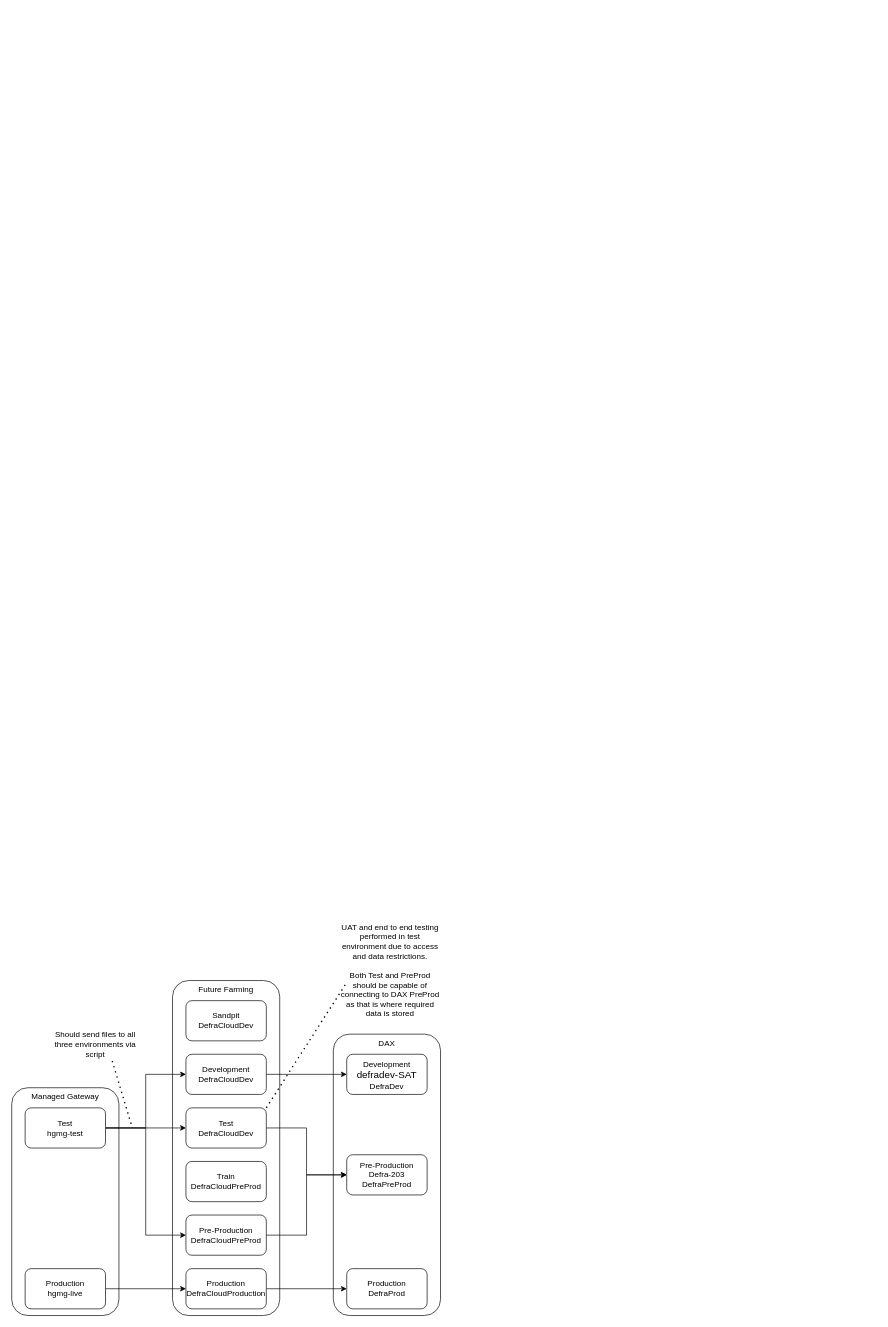
This is dax-integration.drawio from johnwatson484/diagrams, a draw.io file, before an edit. Source tidied: cells renumbered, new cells numbered last; positions are measured from the earlier drawing's top-left corner, leaving out a move shared by most shapes. Both pictures are drawn from the tidied source at 67%, with x=0, y=0 at pixel (11, 960). Pictures stored in the file or linked from it are replaced by grey dashed boxes.
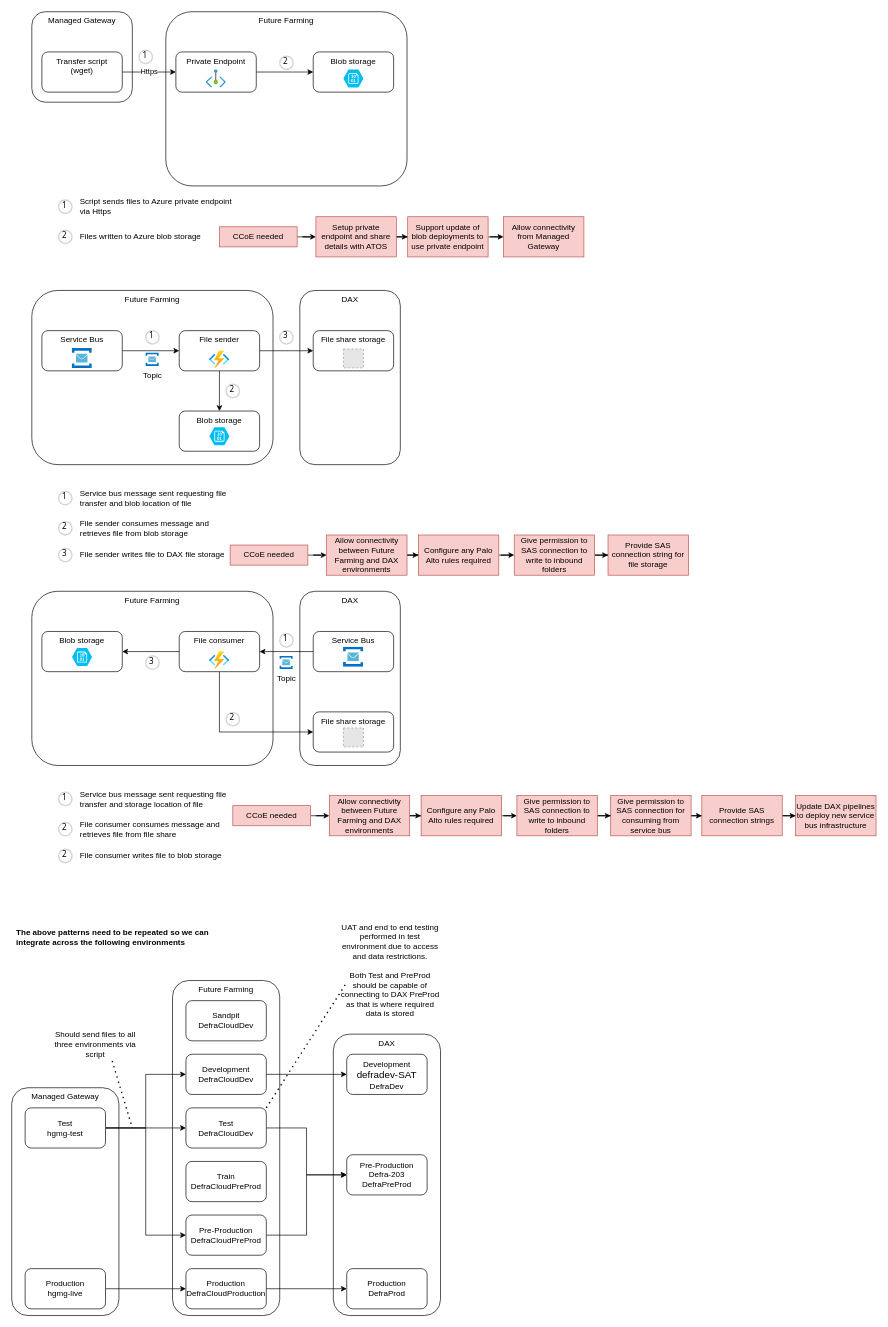
The same page after the edit.

The edit, as a diff of the source:
```diff
@@
+    <mxCell id="28" value="DAX" style="rounded=1;whiteSpace=wrap;html=1;verticalAlign=top;" parent="1" vertex="1">
+      <mxGeometry x="430" y="-1000" width="150" height="260" as="geometry" />
+    </mxCell>
+    <mxCell id="29" value="Future Farming" style="rounded=1;whiteSpace=wrap;html=1;verticalAlign=top;" parent="1" vertex="1">
+      <mxGeometry x="30" y="-1000" width="360" height="260" as="geometry" />
+    </mxCell>
@@
+    <mxCell id="30" style="edgeStyle=orthogonalEdgeStyle;rounded=0;jettySize=auto;html=1;entryX=0.5;entryY=0;entryDx=0;entryDy=0;" parent="1" edge="1" source="32" target="35">
+      <mxGeometry relative="1" as="geometry" />
+    </mxCell>
+    <mxCell id="31" style="edgeStyle=orthogonalEdgeStyle;rounded=0;jettySize=auto;html=1;" parent="1" edge="1" source="32" target="34">
+      <mxGeometry relative="1" as="geometry" />
+    </mxCell>
+    <mxCell id="32" value="File sender" style="rounded=1;whiteSpace=wrap;html=1;verticalAlign=top;" parent="1" vertex="1">
+      <mxGeometry x="250" y="-940" width="120" height="60" as="geometry" />
+    </mxCell>
+    <mxCell id="33" style="html=1;align=center;image;fontSize=12;image=img/lib/azure2/compute/Function_Apps.svg;" parent="1" vertex="1">
+      <mxGeometry x="295" y="-910" width="30" height="26.5" as="geometry" />
+    </mxCell>
+    <mxCell id="34" value="File share storage" style="rounded=1;whiteSpace=wrap;html=1;verticalAlign=top;" parent="1" vertex="1">
+      <mxGeometry x="450" y="-940" width="120" height="60" as="geometry" />
+    </mxCell>
+    <mxCell id="35" value="Blob storage" style="rounded=1;whiteSpace=wrap;html=1;verticalAlign=top;" parent="1" vertex="1">
+      <mxGeometry x="250" y="-820" width="120" height="60" as="geometry" />
+    </mxCell>
+    <mxCell id="36" style="verticalLabelPosition=bottom;html=1;verticalAlign=top;align=center;strokeColor=none;fillColor=#00BEF2;shape=mxgraph.azure.storage_blob;" parent="1" vertex="1">
+      <mxGeometry x="295" y="-796" width="30" height="27" as="geometry" />
+    </mxCell>
+    <mxCell id="37" style="edgeStyle=orthogonalEdgeStyle;rounded=0;jettySize=auto;html=1;entryX=0;entryY=0.5;entryDx=0;entryDy=0;" parent="1" edge="1" source="38" target="32">
+      <mxGeometry relative="1" as="geometry" />
+    </mxCell>
+    <mxCell id="38" value="Service Bus" style="rounded=1;whiteSpace=wrap;html=1;verticalAlign=top;" parent="1" vertex="1">
+      <mxGeometry x="45" y="-940" width="120" height="60" as="geometry" />
+    </mxCell>
+    <mxCell id="39" style="sketch=0;html=1;align=center;image;fontSize=12;image=img/lib/mscae/Service_Bus.svg;" parent="1" vertex="1">
+      <mxGeometry x="90" y="-913.5" width="30" height="30" as="geometry" />
+    </mxCell>
+    <mxCell id="40" value="Topic" style="sketch=0;html=1;align=center;image;fontSize=12;image=img/lib/mscae/Service_Bus.svg;" parent="1" vertex="1">
+      <mxGeometry x="200" y="-906.8" width="20" height="20" as="geometry" />
+    </mxCell>
+    <mxCell id="41" style="fillColor=#E6E6E6;strokeColor=#999999;dashed=1;verticalLabelPosition=bottom;labelBackgroundColor=default;verticalAlign=top;" parent="1" vertex="1">
+      <mxGeometry x="495" y="-912.7" width="30" height="28.3" as="geometry" />
+    </mxCell>
+    <mxCell id="42" value="1" style="ellipse;whiteSpace=wrap;html=1;strokeWidth=2;fontFamily=Tahoma;spacingBottom=4;spacingRight=2;strokeColor=#d3d3d3;align=center;" parent="1" vertex="1">
+      <mxGeometry x="200" y="-940" width="20" height="20" as="geometry" />
+    </mxCell>
+    <mxCell id="43" value="2" style="ellipse;whiteSpace=wrap;html=1;strokeWidth=2;fontFamily=Tahoma;spacingBottom=4;spacingRight=2;strokeColor=#d3d3d3;" parent="1" vertex="1">
+      <mxGeometry x="320" y="-860" width="20" height="20" as="geometry" />
+    </mxCell>
+    <mxCell id="44" value="3" style="ellipse;whiteSpace=wrap;html=1;strokeWidth=2;fontFamily=Tahoma;spacingBottom=4;spacingRight=2;strokeColor=#d3d3d3;" parent="1" vertex="1">
+      <mxGeometry x="400" y="-940" width="20" height="20" as="geometry" />
+    </mxCell>
+    <mxCell id="45" value="1" style="ellipse;whiteSpace=wrap;html=1;strokeWidth=2;fontFamily=Tahoma;spacingBottom=4;spacingRight=2;strokeColor=#d3d3d3;align=center;" parent="1" vertex="1">
+      <mxGeometry x="70" y="-700" width="20" height="20" as="geometry" />
+    </mxCell>
+    <mxCell id="46" value="Service bus message sent requesting file transfer and blob location of file" style="text;html=1;strokeColor=none;fillColor=none;align=left;verticalAlign=middle;whiteSpace=wrap;rounded=0;" parent="1" vertex="1">
+      <mxGeometry x="100" y="-705" width="240" height="30" as="geometry" />
+    </mxCell>
+    <mxCell id="47" value="2" style="ellipse;whiteSpace=wrap;html=1;strokeWidth=2;fontFamily=Tahoma;spacingBottom=4;spacingRight=2;strokeColor=#d3d3d3;align=center;" parent="1" vertex="1">
+      <mxGeometry x="70" y="-655" width="20" height="20" as="geometry" />
+    </mxCell>
+    <mxCell id="48" value="File sender consumes message and retrieves file from blob storage" style="text;html=1;strokeColor=none;fillColor=none;align=left;verticalAlign=middle;whiteSpace=wrap;rounded=0;" parent="1" vertex="1">
+      <mxGeometry x="100" y="-660" width="240" height="30" as="geometry" />
+    </mxCell>
+    <mxCell id="49" value="3" style="ellipse;whiteSpace=wrap;html=1;strokeWidth=2;fontFamily=Tahoma;spacingBottom=4;spacingRight=2;strokeColor=#d3d3d3;align=center;" parent="1" vertex="1">
+      <mxGeometry x="70" y="-615" width="20" height="20" as="geometry" />
+    </mxCell>
+    <mxCell id="50" value="File sender writes file to DAX file storage" style="text;html=1;strokeColor=none;fillColor=none;align=left;verticalAlign=middle;whiteSpace=wrap;rounded=0;" parent="1" vertex="1">
+      <mxGeometry x="100" y="-620" width="240" height="30" as="geometry" />
+    </mxCell>
+    <mxCell id="51" style="edgeStyle=orthogonalEdgeStyle;rounded=0;jettySize=auto;html=1;" parent="1" edge="1" source="52" target="55">
+      <mxGeometry relative="1" as="geometry" />
+    </mxCell>
+    <mxCell id="52" value="CCoE needed" style="text;html=1;strokeColor=#b85450;fillColor=#f8cecc;align=center;verticalAlign=middle;whiteSpace=wrap;rounded=0;" parent="1" vertex="1">
+      <mxGeometry x="326" y="-620" width="116" height="30" as="geometry" />
+    </mxCell>
+    <mxCell id="53" value="Provide SAS connection string for file storage" style="whiteSpace=wrap;html=1;fillColor=#f8cecc;strokeColor=#b85450;gradientColor=none;rounded=0;" parent="1" vertex="1">
+      <mxGeometry x="890" y="-635" width="120" height="60" as="geometry" />
+    </mxCell>
+    <mxCell id="54" style="edgeStyle=orthogonalEdgeStyle;rounded=0;jettySize=auto;html=1;" parent="1" edge="1" source="55" target="57">
+      <mxGeometry relative="1" as="geometry" />
+    </mxCell>
+    <mxCell id="55" value="Allow connectivity between Future Farming and DAX environments" style="whiteSpace=wrap;html=1;fillColor=#f8cecc;strokeColor=#b85450;gradientColor=none;rounded=0;" parent="1" vertex="1">
+      <mxGeometry x="470" y="-635" width="120" height="60" as="geometry" />
+    </mxCell>
+    <mxCell id="56" style="edgeStyle=orthogonalEdgeStyle;rounded=0;jettySize=auto;html=1;" parent="1" edge="1" source="57" target="59">
+      <mxGeometry relative="1" as="geometry" />
+    </mxCell>
+    <mxCell id="57" value="Configure any Palo Alto rules required" style="whiteSpace=wrap;html=1;fillColor=#f8cecc;strokeColor=#b85450;gradientColor=none;rounded=0;" parent="1" vertex="1">
+      <mxGeometry x="607" y="-635" width="120" height="60" as="geometry" />
+    </mxCell>
+    <mxCell id="58" style="edgeStyle=orthogonalEdgeStyle;rounded=0;jettySize=auto;html=1;" parent="1" edge="1" source="59" target="53">
+      <mxGeometry relative="1" as="geometry" />
+    </mxCell>
+    <mxCell id="59" value="Give permission to SAS connection to write to inbound folders" style="whiteSpace=wrap;html=1;fillColor=#f8cecc;strokeColor=#b85450;gradientColor=none;rounded=0;" parent="1" vertex="1">
+      <mxGeometry x="750" y="-635" width="120" height="60" as="geometry" />
+    </mxCell>
+    <mxCell id="60" value="DAX" style="rounded=1;whiteSpace=wrap;html=1;verticalAlign=top;" parent="1" vertex="1">
+      <mxGeometry x="430" y="-551" width="150" height="260" as="geometry" />
+    </mxCell>
+    <mxCell id="61" value="Future Farming" style="rounded=1;whiteSpace=wrap;html=1;verticalAlign=top;" parent="1" vertex="1">
+      <mxGeometry x="30" y="-551" width="360" height="260" as="geometry" />
+    </mxCell>
+    <mxCell id="62" style="edgeStyle=orthogonalEdgeStyle;rounded=0;jettySize=auto;html=1;entryX=0;entryY=0.5;entryDx=0;entryDy=0;exitX=0.5;exitY=1;exitDx=0;exitDy=0;" parent="1" edge="1" source="64" target="85">
+      <mxGeometry relative="1" as="geometry" />
+    </mxCell>
+    <mxCell id="63" style="edgeStyle=orthogonalEdgeStyle;rounded=0;jettySize=auto;html=1;" parent="1" edge="1" source="66" target="64">
+      <mxGeometry relative="1" as="geometry" />
+    </mxCell>
+    <mxCell id="64" value="File consumer" style="rounded=1;whiteSpace=wrap;html=1;verticalAlign=top;" parent="1" vertex="1">
+      <mxGeometry x="250" y="-491" width="120" height="60" as="geometry" />
+    </mxCell>
+    <mxCell id="65" style="html=1;align=center;image;fontSize=12;image=img/lib/azure2/compute/Function_Apps.svg;" parent="1" vertex="1">
+      <mxGeometry x="295" y="-461" width="30" height="26.5" as="geometry" />
+    </mxCell>
+    <mxCell id="66" value="Service Bus" style="rounded=1;whiteSpace=wrap;html=1;verticalAlign=top;" parent="1" vertex="1">
+      <mxGeometry x="450" y="-491" width="120" height="60" as="geometry" />
+    </mxCell>
+    <mxCell id="67" style="edgeStyle=orthogonalEdgeStyle;rounded=0;jettySize=auto;html=1;exitX=0;exitY=0.5;exitDx=0;exitDy=0;" parent="1" edge="1" source="64" target="68">
+      <mxGeometry relative="1" as="geometry" />
+    </mxCell>
+    <mxCell id="68" value="Blob storage" style="rounded=1;whiteSpace=wrap;html=1;verticalAlign=top;" parent="1" vertex="1">
+      <mxGeometry x="45" y="-491" width="120" height="60" as="geometry" />
+    </mxCell>
+    <mxCell id="69" value="1" style="ellipse;whiteSpace=wrap;html=1;strokeWidth=2;fontFamily=Tahoma;spacingBottom=4;spacingRight=2;strokeColor=#d3d3d3;align=center;" parent="1" vertex="1">
+      <mxGeometry x="70" y="-251" width="20" height="20" as="geometry" />
+    </mxCell>
+    <mxCell id="70" value="Service bus message sent requesting file transfer and storage location of file" style="text;html=1;strokeColor=none;fillColor=none;align=left;verticalAlign=middle;whiteSpace=wrap;rounded=0;" parent="1" vertex="1">
+      <mxGeometry x="100" y="-256" width="240" height="30" as="geometry" />
+    </mxCell>
+    <mxCell id="71" value="2" style="ellipse;whiteSpace=wrap;html=1;strokeWidth=2;fontFamily=Tahoma;spacingBottom=4;spacingRight=2;strokeColor=#d3d3d3;align=center;" parent="1" vertex="1">
+      <mxGeometry x="70" y="-206" width="20" height="20" as="geometry" />
+    </mxCell>
+    <mxCell id="72" value="File consumer consumes message and retrieves file from file share" style="text;html=1;strokeColor=none;fillColor=none;align=left;verticalAlign=middle;whiteSpace=wrap;rounded=0;" parent="1" vertex="1">
+      <mxGeometry x="100" y="-211" width="240" height="30" as="geometry" />
+    </mxCell>
+    <mxCell id="73" value="2" style="ellipse;whiteSpace=wrap;html=1;strokeWidth=2;fontFamily=Tahoma;spacingBottom=4;spacingRight=2;strokeColor=#d3d3d3;align=center;" parent="1" vertex="1">
+      <mxGeometry x="70" y="-166" width="20" height="20" as="geometry" />
+    </mxCell>
+    <mxCell id="74" value="File consumer writes file to blob storage" style="text;html=1;strokeColor=none;fillColor=none;align=left;verticalAlign=middle;whiteSpace=wrap;rounded=0;" parent="1" vertex="1">
+      <mxGeometry x="100" y="-171" width="240" height="30" as="geometry" />
+    </mxCell>
+    <mxCell id="75" style="edgeStyle=orthogonalEdgeStyle;rounded=0;jettySize=auto;html=1;" parent="1" edge="1" source="76" target="80">
+      <mxGeometry relative="1" as="geometry" />
+    </mxCell>
+    <mxCell id="76" value="CCoE needed" style="text;html=1;strokeColor=#b85450;fillColor=#f8cecc;align=center;verticalAlign=middle;whiteSpace=wrap;rounded=0;" parent="1" vertex="1">
+      <mxGeometry x="330" y="-231" width="116" height="30" as="geometry" />
+    </mxCell>
+    <mxCell id="77" style="edgeStyle=orthogonalEdgeStyle;rounded=0;jettySize=auto;html=1;" parent="1" edge="1" source="78" target="94">
+      <mxGeometry relative="1" as="geometry" />
+    </mxCell>
+    <mxCell id="78" value="Give permission to SAS connection for consuming from service bus" style="whiteSpace=wrap;html=1;fillColor=#f8cecc;strokeColor=#b85450;gradientColor=none;rounded=0;" parent="1" vertex="1">
+      <mxGeometry x="894" y="-246" width="120" height="60" as="geometry" />
+    </mxCell>
+    <mxCell id="79" style="edgeStyle=orthogonalEdgeStyle;rounded=0;jettySize=auto;html=1;" parent="1" edge="1" source="80" target="82">
+      <mxGeometry relative="1" as="geometry" />
+    </mxCell>
+    <mxCell id="80" value="Allow connectivity between Future Farming and DAX environments" style="whiteSpace=wrap;html=1;fillColor=#f8cecc;strokeColor=#b85450;gradientColor=none;rounded=0;" parent="1" vertex="1">
+      <mxGeometry x="474" y="-246" width="120" height="60" as="geometry" />
+    </mxCell>
+    <mxCell id="81" style="edgeStyle=orthogonalEdgeStyle;rounded=0;jettySize=auto;html=1;" parent="1" edge="1" source="82" target="84">
+      <mxGeometry relative="1" as="geometry" />
+    </mxCell>
+    <mxCell id="82" value="Configure any Palo Alto rules required" style="whiteSpace=wrap;html=1;fillColor=#f8cecc;strokeColor=#b85450;gradientColor=none;rounded=0;" parent="1" vertex="1">
+      <mxGeometry x="611" y="-246" width="120" height="60" as="geometry" />
+    </mxCell>
+    <mxCell id="83" style="edgeStyle=orthogonalEdgeStyle;rounded=0;jettySize=auto;html=1;" parent="1" edge="1" source="84" target="78">
+      <mxGeometry relative="1" as="geometry" />
+    </mxCell>
+    <mxCell id="84" value="Give permission to SAS connection to write to inbound folders" style="whiteSpace=wrap;html=1;fillColor=#f8cecc;strokeColor=#b85450;gradientColor=none;rounded=0;" parent="1" vertex="1">
+      <mxGeometry x="754" y="-246" width="120" height="60" as="geometry" />
+    </mxCell>
+    <mxCell id="85" value="File share storage" style="rounded=1;whiteSpace=wrap;html=1;verticalAlign=top;" parent="1" vertex="1">
+      <mxGeometry x="450" y="-371" width="120" height="60" as="geometry" />
+    </mxCell>
+    <mxCell id="86" style="sketch=0;html=1;align=center;image;fontSize=12;image=img/lib/mscae/Service_Bus.svg;" parent="1" vertex="1">
+      <mxGeometry x="495" y="-467.8" width="30" height="30" as="geometry" />
+    </mxCell>
+    <mxCell id="87" value="Topic" style="sketch=0;html=1;align=center;image;fontSize=12;image=img/lib/mscae/Service_Bus.svg;" parent="1" vertex="1">
+      <mxGeometry x="400" y="-454.5" width="20" height="20" as="geometry" />
+    </mxCell>
+    <mxCell id="88" style="fillColor=#E6E6E6;strokeColor=#999999;dashed=1;verticalLabelPosition=bottom;labelBackgroundColor=default;verticalAlign=top;" parent="1" vertex="1">
+      <mxGeometry x="495" y="-347" width="30" height="28.3" as="geometry" />
+    </mxCell>
+    <mxCell id="89" style="verticalLabelPosition=bottom;html=1;verticalAlign=top;align=center;strokeColor=none;fillColor=#00BEF2;shape=mxgraph.azure.storage_blob;" parent="1" vertex="1">
+      <mxGeometry x="90" y="-466.3" width="30" height="27" as="geometry" />
+    </mxCell>
+    <mxCell id="90" value="1" style="ellipse;whiteSpace=wrap;html=1;strokeWidth=2;fontFamily=Tahoma;spacingBottom=4;spacingRight=2;strokeColor=#d3d3d3;align=center;" parent="1" vertex="1">
+      <mxGeometry x="400" y="-487.8" width="20" height="20" as="geometry" />
+    </mxCell>
+    <mxCell id="91" value="2" style="ellipse;whiteSpace=wrap;html=1;strokeWidth=2;fontFamily=Tahoma;spacingBottom=4;spacingRight=2;strokeColor=#d3d3d3;align=center;" parent="1" vertex="1">
+      <mxGeometry x="320" y="-370" width="20" height="20" as="geometry" />
+    </mxCell>
+    <mxCell id="92" value="3" style="ellipse;whiteSpace=wrap;html=1;strokeWidth=2;fontFamily=Tahoma;spacingBottom=4;spacingRight=2;strokeColor=#d3d3d3;align=center;" parent="1" vertex="1">
+      <mxGeometry x="200" y="-454.5" width="20" height="20" as="geometry" />
+    </mxCell>
+    <mxCell id="93" style="edgeStyle=orthogonalEdgeStyle;rounded=0;jettySize=auto;html=1;" parent="1" edge="1" source="94" target="95">
+      <mxGeometry relative="1" as="geometry" />
+    </mxCell>
+    <mxCell id="94" value="Provide SAS connection strings" style="whiteSpace=wrap;html=1;fillColor=#f8cecc;strokeColor=#b85450;gradientColor=none;rounded=0;" parent="1" vertex="1">
+      <mxGeometry x="1030" y="-246" width="120" height="60" as="geometry" />
+    </mxCell>
+    <mxCell id="95" value="Update DAX pipelines to deploy new service bus infrastructure" style="whiteSpace=wrap;html=1;fillColor=#f8cecc;strokeColor=#b85450;gradientColor=none;rounded=0;" parent="1" vertex="1">
+      <mxGeometry x="1170" y="-246" width="120" height="60" as="geometry" />
+    </mxCell>
+    <mxCell id="96" value="Managed Gateway" style="rounded=1;whiteSpace=wrap;html=1;verticalAlign=top;" parent="1" vertex="1">
+      <mxGeometry x="30" y="-1416" width="150" height="135" as="geometry" />
+    </mxCell>
+    <mxCell id="97" value="Future Farming" style="rounded=1;whiteSpace=wrap;html=1;verticalAlign=top;" parent="1" vertex="1">
+      <mxGeometry x="230" y="-1416" width="360" height="260" as="geometry" />
+    </mxCell>
+    <mxCell id="98" value="Blob storage" style="rounded=1;whiteSpace=wrap;html=1;verticalAlign=top;" parent="1" vertex="1">
+      <mxGeometry x="450" y="-1356" width="120" height="60" as="geometry" />
+    </mxCell>
+    <mxCell id="99" value="Https" style="edgeStyle=orthogonalEdgeStyle;rounded=0;jettySize=auto;html=1;" parent="1" edge="1" source="100" target="102">
+      <mxGeometry relative="1" as="geometry" />
+    </mxCell>
+    <mxCell id="100" value="Transfer script&lt;br&gt;(wget)" style="rounded=1;whiteSpace=wrap;html=1;verticalAlign=top;" parent="1" vertex="1">
+      <mxGeometry x="45" y="-1356" width="120" height="60" as="geometry" />
+    </mxCell>
+    <mxCell id="101" style="edgeStyle=orthogonalEdgeStyle;rounded=0;jettySize=auto;html=1;entryX=0;entryY=0.5;entryDx=0;entryDy=0;" parent="1" edge="1" source="102" target="98">
+      <mxGeometry relative="1" as="geometry" />
+    </mxCell>
+    <mxCell id="102" value="Private Endpoint" style="rounded=1;whiteSpace=wrap;html=1;verticalAlign=top;" parent="1" vertex="1">
+      <mxGeometry x="245" y="-1356" width="120" height="60" as="geometry" />
+    </mxCell>
+    <mxCell id="103" value="1" style="ellipse;whiteSpace=wrap;html=1;strokeWidth=2;fontFamily=Tahoma;spacingBottom=4;spacingRight=2;strokeColor=#d3d3d3;align=center;" parent="1" vertex="1">
+      <mxGeometry x="70" y="-1135" width="20" height="20" as="geometry" />
+    </mxCell>
+    <mxCell id="104" value="Script sends files to Azure private endpoint via Https" style="text;html=1;strokeColor=none;fillColor=none;align=left;verticalAlign=middle;whiteSpace=wrap;rounded=0;" parent="1" vertex="1">
+      <mxGeometry x="100" y="-1140" width="240" height="30" as="geometry" />
+    </mxCell>
+    <mxCell id="105" value="2" style="ellipse;whiteSpace=wrap;html=1;strokeWidth=2;fontFamily=Tahoma;spacingBottom=4;spacingRight=2;strokeColor=#d3d3d3;align=center;" parent="1" vertex="1">
+      <mxGeometry x="70" y="-1090" width="20" height="20" as="geometry" />
+    </mxCell>
+    <mxCell id="106" value="Files written to Azure blob storage" style="text;html=1;strokeColor=none;fillColor=none;align=left;verticalAlign=middle;whiteSpace=wrap;rounded=0;" parent="1" vertex="1">
+      <mxGeometry x="100" y="-1095" width="240" height="30" as="geometry" />
+    </mxCell>
+    <mxCell id="107" style="edgeStyle=orthogonalEdgeStyle;rounded=0;jettySize=auto;html=1;" parent="1" edge="1" source="108" target="110">
+      <mxGeometry relative="1" as="geometry" />
+    </mxCell>
+    <mxCell id="108" value="CCoE needed" style="text;html=1;strokeColor=#b85450;fillColor=#f8cecc;align=center;verticalAlign=middle;whiteSpace=wrap;rounded=0;" parent="1" vertex="1">
+      <mxGeometry x="310" y="-1095" width="116" height="30" as="geometry" />
+    </mxCell>
+    <mxCell id="109" style="edgeStyle=orthogonalEdgeStyle;rounded=0;jettySize=auto;html=1;" parent="1" edge="1" source="110" target="112">
+      <mxGeometry relative="1" as="geometry" />
+    </mxCell>
+    <mxCell id="110" value="Setup private endpoint and share details with ATOS" style="whiteSpace=wrap;html=1;fillColor=#f8cecc;strokeColor=#b85450;gradientColor=none;rounded=0;" parent="1" vertex="1">
+      <mxGeometry x="454" y="-1110" width="120" height="60" as="geometry" />
+    </mxCell>
+    <mxCell id="111" style="edgeStyle=orthogonalEdgeStyle;rounded=0;jettySize=auto;html=1;" parent="1" edge="1" source="112" target="113">
+      <mxGeometry relative="1" as="geometry" />
+    </mxCell>
+    <mxCell id="112" value="Support update of blob deployments to use private endpoint" style="whiteSpace=wrap;html=1;fillColor=#f8cecc;strokeColor=#b85450;gradientColor=none;rounded=0;" parent="1" vertex="1">
+      <mxGeometry x="591" y="-1110" width="120" height="60" as="geometry" />
+    </mxCell>
+    <mxCell id="113" value="Allow connectivity from Managed Gateway" style="whiteSpace=wrap;html=1;fillColor=#f8cecc;strokeColor=#b85450;gradientColor=none;rounded=0;" parent="1" vertex="1">
+      <mxGeometry x="734" y="-1110" width="120" height="60" as="geometry" />
+    </mxCell>
+    <mxCell id="114" style="verticalLabelPosition=bottom;html=1;verticalAlign=top;align=center;strokeColor=none;fillColor=#00BEF2;shape=mxgraph.azure.storage_blob;" parent="1" vertex="1">
+      <mxGeometry x="495" y="-1329.8" width="30" height="27" as="geometry" />
+    </mxCell>
+    <mxCell id="115" style="html=1;align=center;image;fontSize=12;image=img/lib/azure2/networking/Private_Endpoint.svg;" parent="1" vertex="1">
+      <mxGeometry x="290" y="-1329.8" width="30" height="27.5" as="geometry" />
+    </mxCell>
+    <mxCell id="116" value="1" style="ellipse;whiteSpace=wrap;html=1;strokeWidth=2;fontFamily=Tahoma;spacingBottom=4;spacingRight=2;strokeColor=#d3d3d3;align=center;" parent="1" vertex="1">
+      <mxGeometry x="190" y="-1358.5" width="20" height="20" as="geometry" />
+    </mxCell>
+    <mxCell id="117" value="2" style="ellipse;whiteSpace=wrap;html=1;strokeWidth=2;fontFamily=Tahoma;spacingBottom=4;spacingRight=2;strokeColor=#d3d3d3;" parent="1" vertex="1">
+      <mxGeometry x="400" y="-1349.8" width="20" height="20" as="geometry" />
+    </mxCell>
+    <mxCell id="118" value="The above patterns need to be repeated so we can integrate across the following environments" style="text;html=1;strokeColor=none;fillColor=none;align=left;verticalAlign=middle;whiteSpace=wrap;rounded=0;fontStyle=1;" parent="1" vertex="1">
+      <mxGeometry x="5" y="-50" width="305" height="30" as="geometry" />
+    </mxCell>
```
